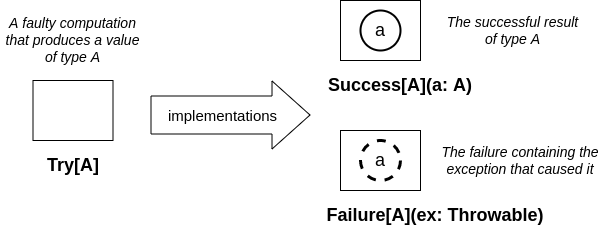
Earlier version of the draw.io export img/try-diagram.png (vickumar1981/functional_python). Source tidied: cells renumbered, new cells last; positions are measured from the earlier drawing's top-left corner, leaving out a move shared by most shapes. The source it was exported from:
```xml
<mxGraphModel>
  <root>
    <mxCell id="0" />
    <mxCell id="1" parent="0" />
    <mxCell id="2" style="rounded=0;whiteSpace=wrap;html=1;" parent="1" vertex="1">
      <mxGeometry x="32.5" y="80" width="80" height="60" as="geometry" />
    </mxCell>
    <mxCell id="3" value="&lt;font style=&quot;font-size: 14px&quot;&gt;&lt;i&gt;A faulty computation that produces a value of type A&lt;/i&gt;&lt;/font&gt;" style="text;html=1;strokeColor=none;fillColor=none;align=center;verticalAlign=middle;whiteSpace=wrap;rounded=0;" parent="1" vertex="1">
      <mxGeometry y="25" width="145" height="30" as="geometry" />
    </mxCell>
    <mxCell id="4" value="&lt;font style=&quot;font-size: 18px&quot;&gt;&lt;b&gt;Try[A]&lt;/b&gt;&lt;/font&gt;" style="text;html=1;strokeColor=none;fillColor=none;align=center;verticalAlign=middle;whiteSpace=wrap;rounded=0;" parent="1" vertex="1">
      <mxGeometry x="42.5" y="150" width="60" height="30" as="geometry" />
    </mxCell>
    <mxCell id="5" style="rounded=0;whiteSpace=wrap;html=1;strokeWidth=1;perimeterSpacing=0;" parent="1" vertex="1">
      <mxGeometry x="340" width="80" height="60" as="geometry" />
    </mxCell>
    <mxCell id="6" value="&lt;font style=&quot;font-size: 18px&quot;&gt;a&lt;/font&gt;" style="ellipse;whiteSpace=wrap;html=1;strokeWidth=2;" parent="1" vertex="1">
      <mxGeometry x="360" y="10" width="40" height="40" as="geometry" />
    </mxCell>
    <mxCell id="7" style="rounded=0;whiteSpace=wrap;html=1;strokeWidth=1;" parent="1" vertex="1">
      <mxGeometry x="340" y="130" width="80" height="60" as="geometry" />
    </mxCell>
    <mxCell id="8" value="&lt;font style=&quot;font-size: 18px&quot;&gt;a&lt;/font&gt;" style="ellipse;whiteSpace=wrap;html=1;dashed=1;strokeWidth=3;" parent="1" vertex="1">
      <mxGeometry x="360" y="140" width="40" height="40" as="geometry" />
    </mxCell>
    <mxCell id="9" style="shape=flexArrow;endArrow=classic;html=1;rounded=0;width=38;endSize=12.33;endWidth=29;" parent="1" edge="1">
      <mxGeometry relative="1" as="geometry">
        <mxPoint x="150" y="114.5" as="sourcePoint" />
        <mxPoint x="310" y="114.5" as="targetPoint" />
      </mxGeometry>
    </mxCell>
    <mxCell id="10" value="&lt;font style=&quot;font-size: 15px&quot;&gt;implementations&lt;/font&gt;" style="edgeLabel;html=1;align=center;verticalAlign=middle;" parent="9" vertex="1">
      <mxGeometry x="-0.27" y="-2" relative="1" as="geometry">
        <mxPoint x="12" y="-2" as="offset" />
      </mxGeometry>
    </mxCell>
    <mxCell id="11" value="&lt;font style=&quot;font-size: 18px&quot;&gt;&lt;b&gt;Success[A](a: A)&lt;/b&gt;&lt;/font&gt;" style="text;html=1;strokeColor=none;fillColor=none;align=center;verticalAlign=middle;whiteSpace=wrap;rounded=0;" parent="1" vertex="1">
      <mxGeometry x="320" y="70" width="160" height="30" as="geometry" />
    </mxCell>
    <mxCell id="12" value="&lt;font style=&quot;font-size: 18px&quot;&gt;&lt;b&gt;Failure[A](ex: Throwable)&lt;/b&gt;&lt;/font&gt;" style="text;html=1;strokeColor=none;fillColor=none;align=center;verticalAlign=middle;whiteSpace=wrap;rounded=0;" parent="1" vertex="1">
      <mxGeometry x="320" y="200" width="230" height="30" as="geometry" />
    </mxCell>
    <mxCell id="13" value="&lt;font style=&quot;font-size: 14px&quot;&gt;&lt;i&gt;The successful result of type A&lt;/i&gt;&lt;/font&gt;" style="text;html=1;strokeColor=none;fillColor=none;align=center;verticalAlign=middle;whiteSpace=wrap;rounded=0;" parent="1" vertex="1">
      <mxGeometry x="440" y="15" width="145" height="30" as="geometry" />
    </mxCell>
    <mxCell id="14" value="&lt;font style=&quot;font-size: 14px&quot;&gt;&lt;i&gt;The failure containing the exception that caused it&lt;/i&gt;&lt;/font&gt;" style="text;html=1;strokeColor=none;fillColor=none;align=center;verticalAlign=middle;whiteSpace=wrap;rounded=0;" parent="1" vertex="1">
      <mxGeometry x="440" y="145" width="160" height="30" as="geometry" />
    </mxCell>
  </root>
</mxGraphModel>
```
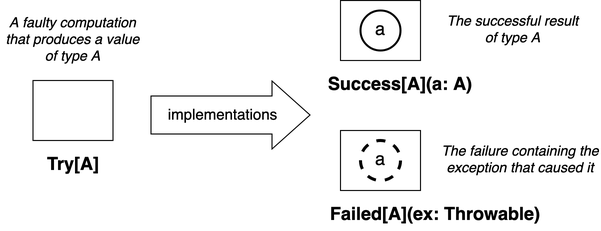
Later version of the same file.

Diff of the diagram source:
```diff
@@ -37,7 +37,7 @@
     <mxCell id="11" value="&lt;font style=&quot;font-size: 18px&quot;&gt;&lt;b&gt;Success[A](a: A)&lt;/b&gt;&lt;/font&gt;" style="text;html=1;strokeColor=none;fillColor=none;align=center;verticalAlign=middle;whiteSpace=wrap;rounded=0;" parent="1" vertex="1">
       <mxGeometry x="320" y="70" width="160" height="30" as="geometry" />
     </mxCell>
-    <mxCell id="12" value="&lt;font style=&quot;font-size: 18px&quot;&gt;&lt;b&gt;Failure[A](ex: Throwable)&lt;/b&gt;&lt;/font&gt;" style="text;html=1;strokeColor=none;fillColor=none;align=center;verticalAlign=middle;whiteSpace=wrap;rounded=0;" parent="1" vertex="1">
+    <mxCell id="12" value="&lt;font style=&quot;font-size: 18px&quot;&gt;&lt;b&gt;Failed[A](ex: Throwable)&lt;/b&gt;&lt;/font&gt;" style="text;html=1;strokeColor=none;fillColor=none;align=center;verticalAlign=middle;whiteSpace=wrap;rounded=0;" parent="1" vertex="1">
       <mxGeometry x="320" y="200" width="230" height="30" as="geometry" />
     </mxCell>
     <mxCell id="13" value="&lt;font style=&quot;font-size: 14px&quot;&gt;&lt;i&gt;The successful result of type A&lt;/i&gt;&lt;/font&gt;" style="text;html=1;strokeColor=none;fillColor=none;align=center;verticalAlign=middle;whiteSpace=wrap;rounded=0;" parent="1" vertex="1">
```
